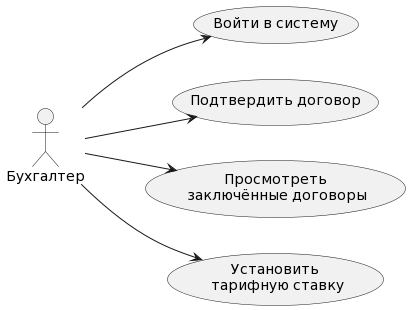
The PlantUML diagram Resource/Диаграммы вариантов использования/Бухгалтер (Основные возможности).png in MiFit1/OSOGO, before a commit.
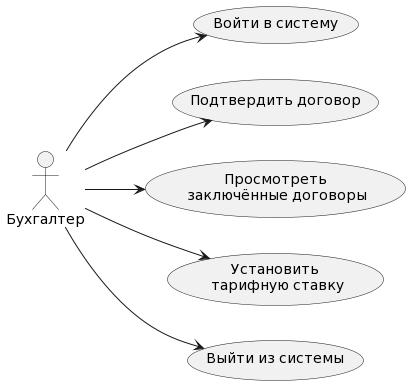
The same file after the commit.

What changed in the source:
```diff
@@ -7,8 +7,10 @@
 usecase "Подтвердить договор" as UC2
 usecase "Просмотреть\n заключённые договоры" as UC3
 usecase "Установить\n тарифную ставку" as UC4
+usecase "Выйти из системы" as UC5
 
 fc --> UC1
+fc --> UC5
 fc --> UC2
 fc --> UC3
 fc --> UC4
```
